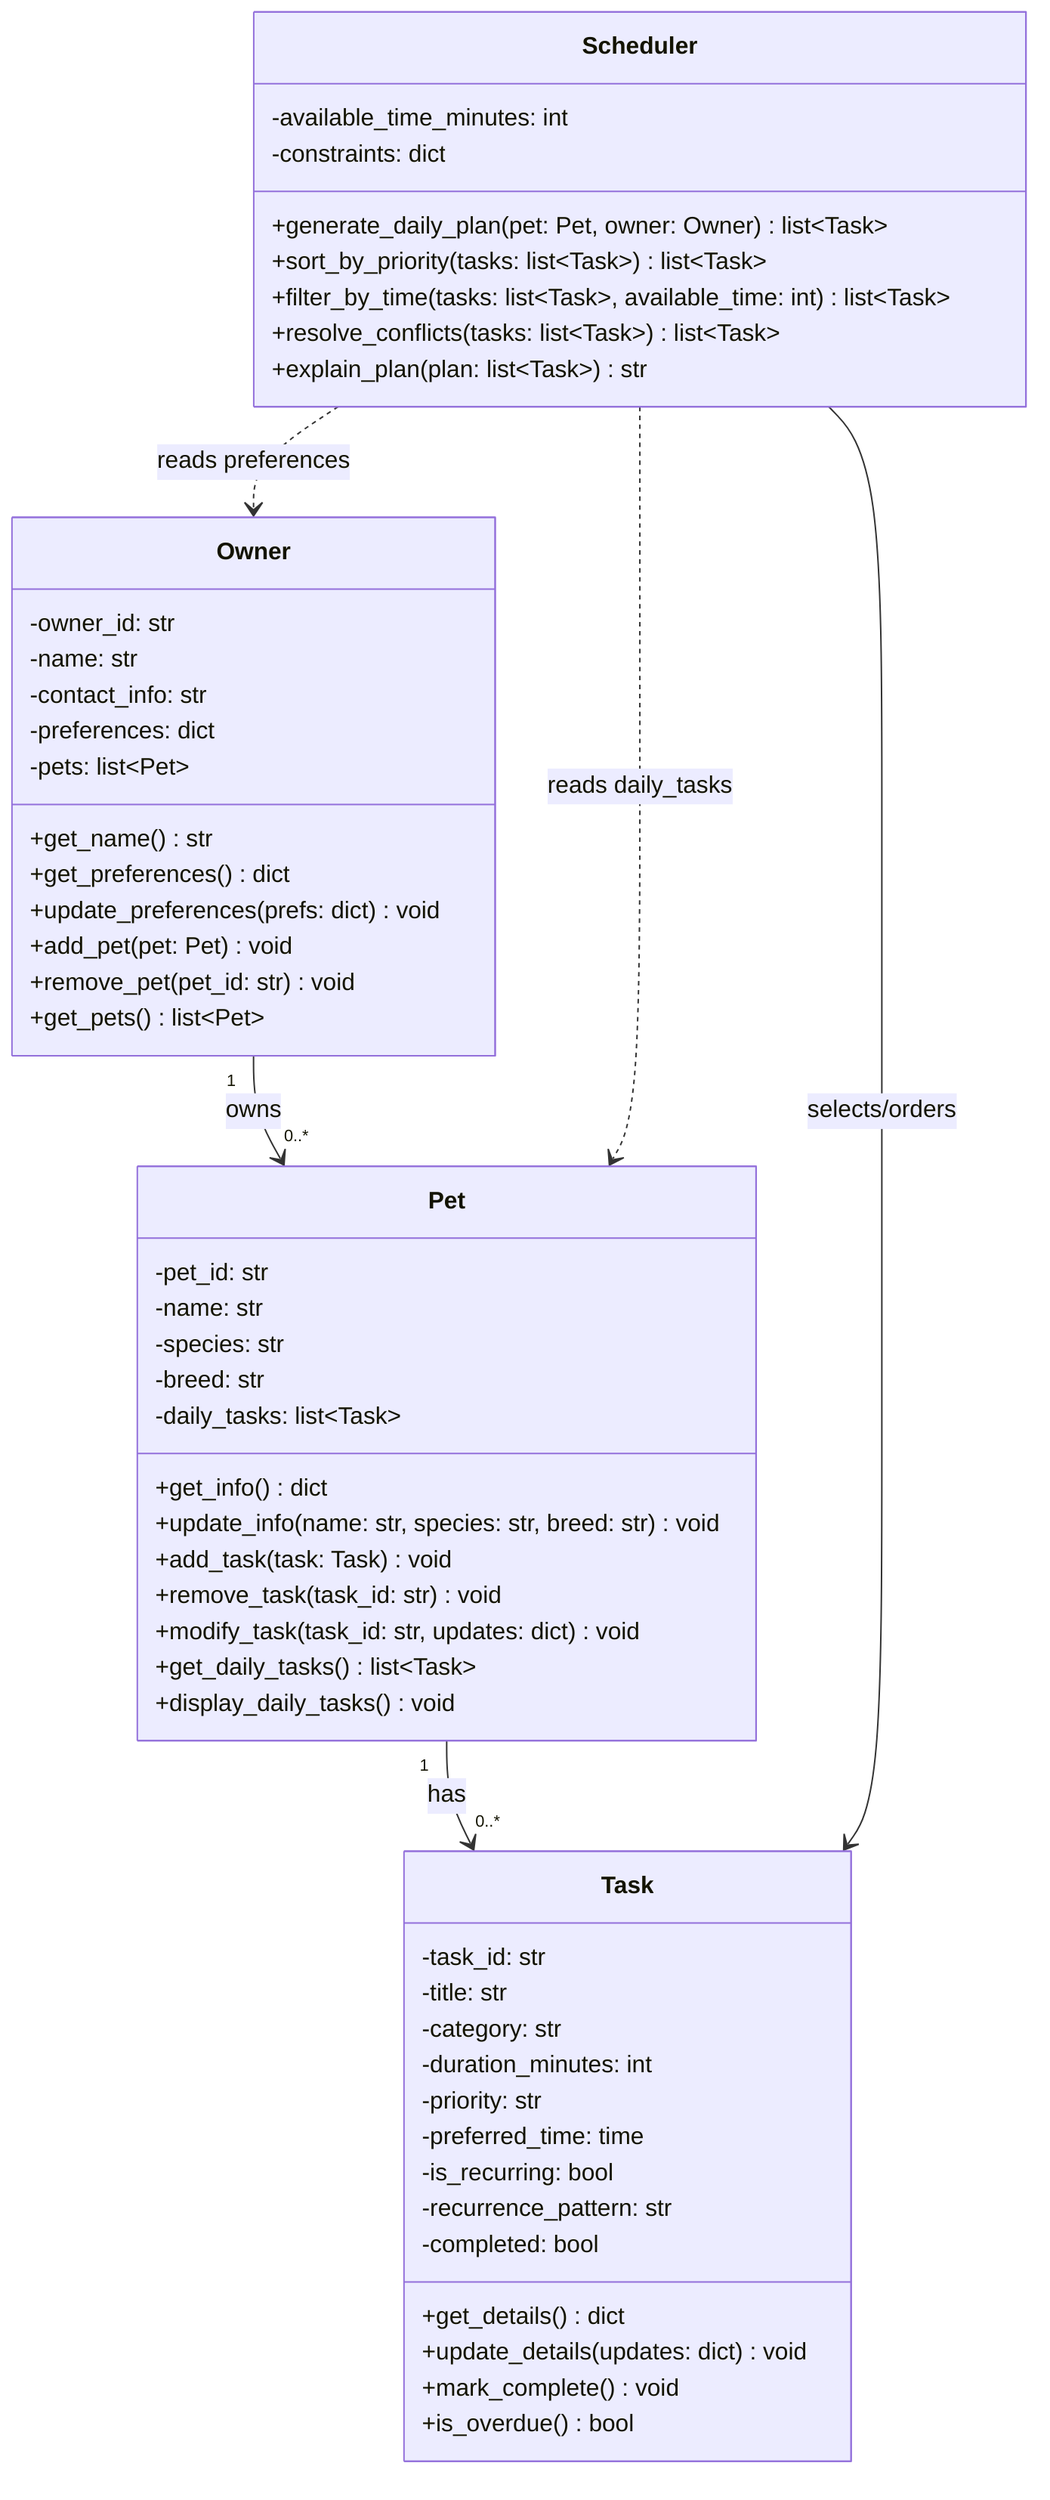
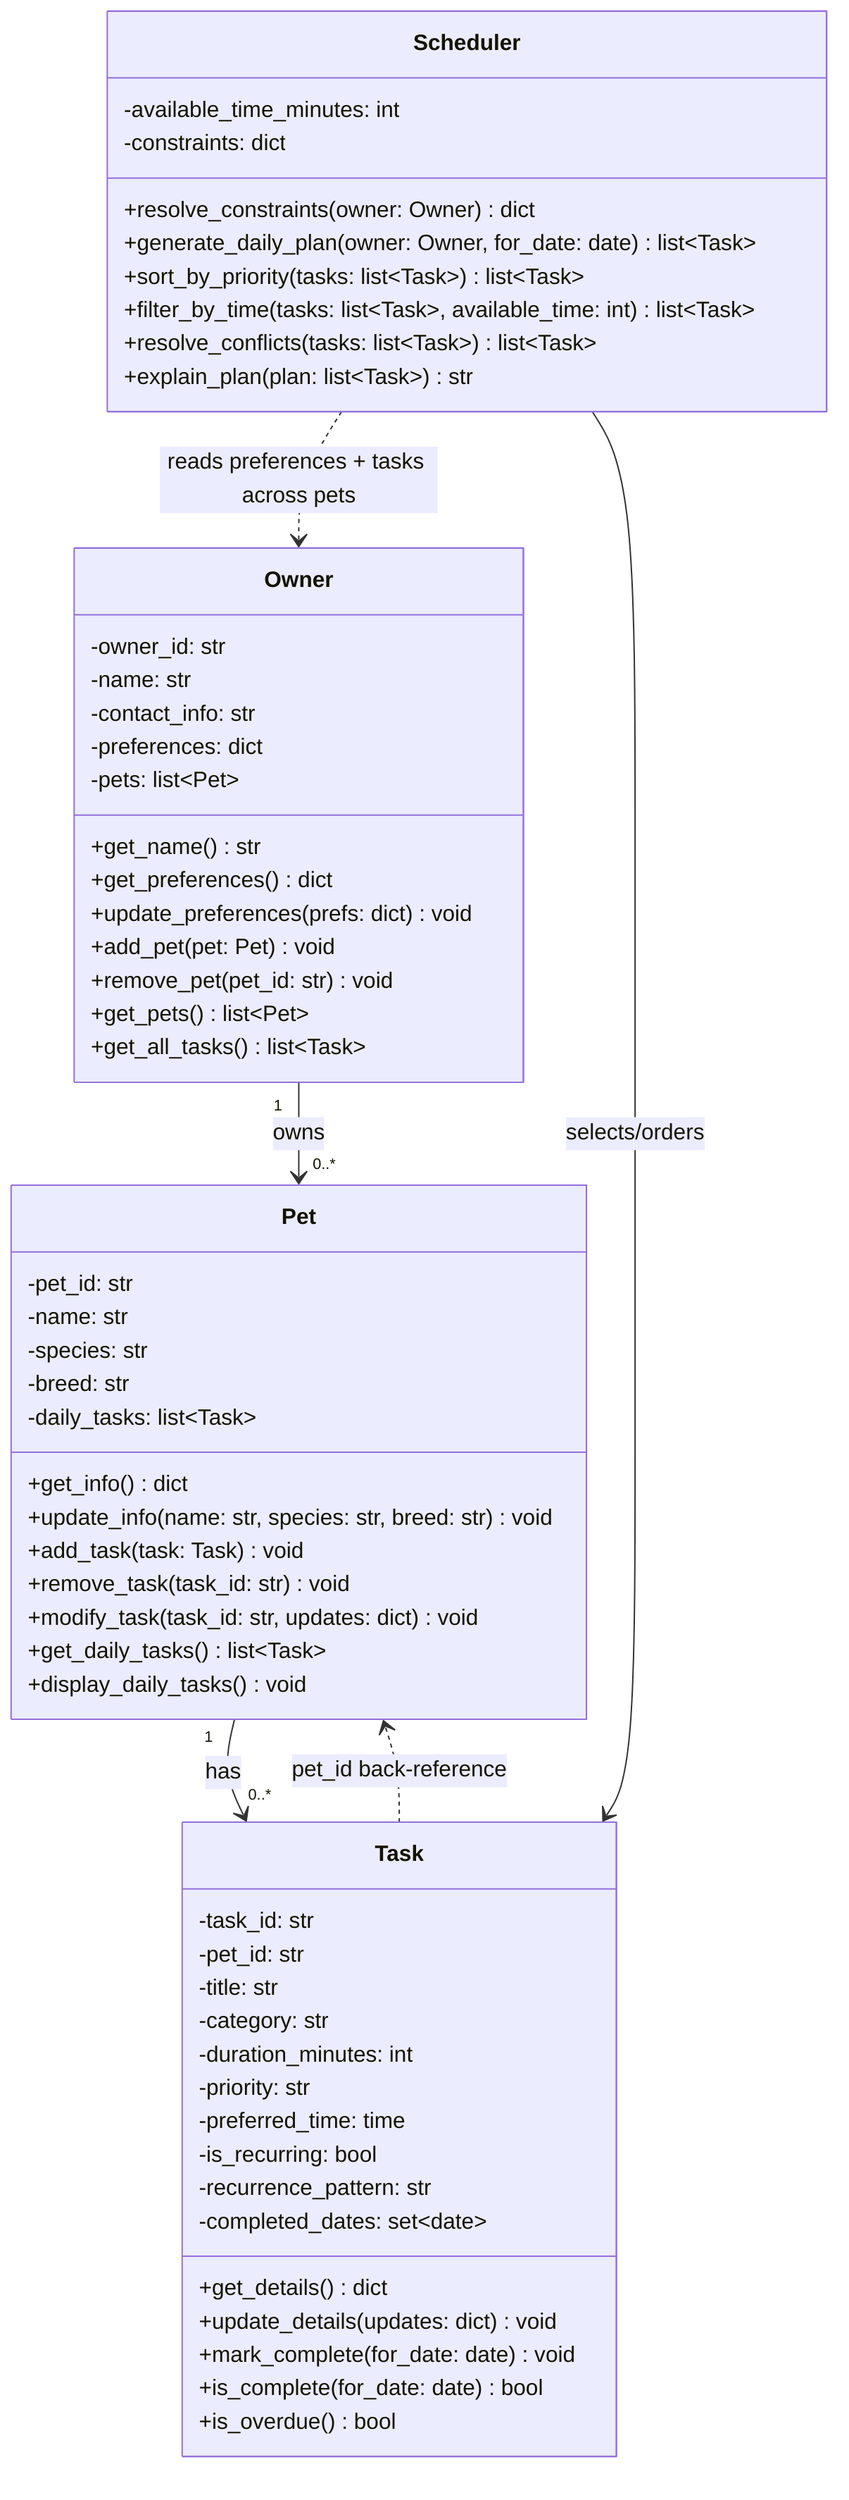
classDiagram
    %% Draft UML for PawPal+ based on brainstormed attributes/methods (reflection.md)
    %% Keep this file updated so it matches your final implementation.

    class Owner {
        -owner_id: str
        -name: str
        -contact_info: str
        -preferences: dict
        -pets: list~Pet~
        +get_name() str
        +get_preferences() dict
        +update_preferences(prefs: dict) void
        +add_pet(pet: Pet) void
        +remove_pet(pet_id: str) void
        +get_pets() list~Pet~
+         +get_all_tasks() list~Task~
    }

    class Pet {
        -pet_id: str
        -name: str
        -species: str
        -breed: str
        -daily_tasks: list~Task~
        +get_info() dict
        +update_info(name: str, species: str, breed: str) void
        +add_task(task: Task) void
        +remove_task(task_id: str) void
        +modify_task(task_id: str, updates: dict) void
        +get_daily_tasks() list~Task~
        +display_daily_tasks() void
    }

    class Task {
        -task_id: str
+         -pet_id: str
        -title: str
        -category: str
        -duration_minutes: int
        -priority: str
        -preferred_time: time
        -is_recurring: bool
        -recurrence_pattern: str
-         -completed: bool
+         -completed_dates: set~date~
        +get_details() dict
        +update_details(updates: dict) void
-         +mark_complete() void
+         +mark_complete(for_date: date) void
+         +is_complete(for_date: date) bool
        +is_overdue() bool
    }

    class Scheduler {
        -available_time_minutes: int
        -constraints: dict
-         +generate_daily_plan(pet: Pet, owner: Owner) list~Task~
+         +resolve_constraints(owner: Owner) dict
+         +generate_daily_plan(owner: Owner, for_date: date) list~Task~
        +sort_by_priority(tasks: list~Task~) list~Task~
        +filter_by_time(tasks: list~Task~, available_time: int) list~Task~
        +resolve_conflicts(tasks: list~Task~) list~Task~
        +explain_plan(plan: list~Task~) str
    }

    Owner "1" --> "0..*" Pet : owns
    Pet "1" --> "0..*" Task : has
-     Scheduler ..> Owner : reads preferences
-     Scheduler ..> Pet : reads daily_tasks
+     Task ..> Pet : pet_id back-reference
+     Scheduler ..> Owner : reads preferences + tasks across pets
    Scheduler --> Task : selects/orders
